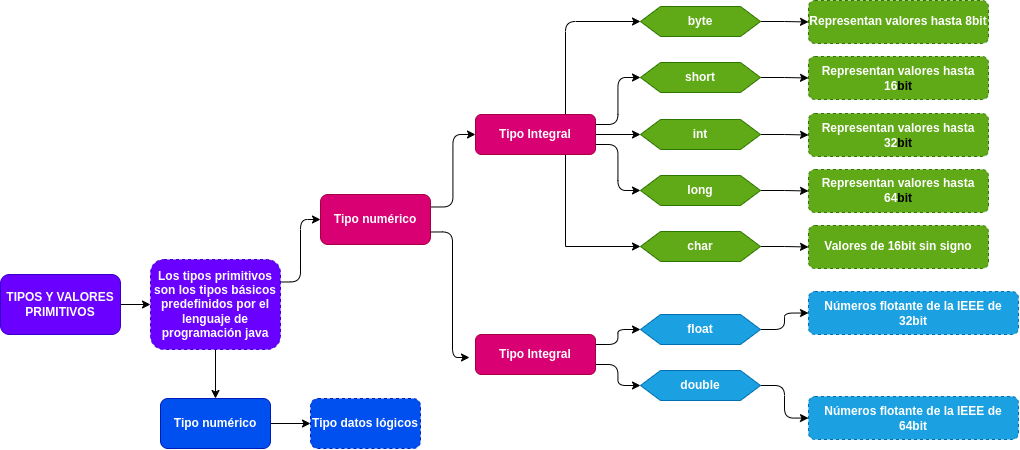
Above: Valore y tipos primitivos.png in AcruxSource/Mapas_Mentales (draw.io), before the change. Source tidied: cells renumbered, new cells last; positions are measured from the earlier drawing's top-left corner, leaving out a move shared by most shapes. The source it was exported from:
```xml
<mxGraphModel>
  <root>
    <mxCell id="0" />
    <mxCell id="1" parent="0" />
    <mxCell id="2" style="edgeStyle=orthogonalEdgeStyle;rounded=0;jettySize=auto;html=1;fontStyle=1;" parent="1" edge="1" source="3" target="6">
      <mxGeometry relative="1" as="geometry" />
    </mxCell>
    <mxCell id="3" value="TIPOS Y VALORES PRIMITIVOS" style="rounded=1;whiteSpace=wrap;html=1;fillColor=#6a00ff;fontColor=#ffffff;strokeColor=#3700CC;fontStyle=1;" parent="1" vertex="1">
      <mxGeometry y="274" width="120" height="60" as="geometry" />
    </mxCell>
    <mxCell id="4" style="edgeStyle=orthogonalEdgeStyle;rounded=0;jettySize=auto;html=1;fontStyle=1;" parent="1" edge="1" source="6" target="10">
      <mxGeometry relative="1" as="geometry" />
    </mxCell>
    <mxCell id="5" style="edgeStyle=orthogonalEdgeStyle;rounded=1;jettySize=auto;html=1;exitX=1;exitY=0.25;exitDx=0;exitDy=0;entryX=0;entryY=0.5;entryDx=0;entryDy=0;curved=0;fontStyle=1;" parent="1" edge="1" source="6" target="8">
      <mxGeometry relative="1" as="geometry" />
    </mxCell>
    <mxCell id="6" value="Los tipos primitivos son los tipos básicos predefinidos por el lenguaje de programación java" style="text;html=1;align=center;verticalAlign=middle;whiteSpace=wrap;rounded=1;dashed=1;strokeColor=#3700CC;fillColor=#6a00ff;fontColor=#ffffff;fontStyle=1;" parent="1" vertex="1">
      <mxGeometry x="150" y="259" width="130" height="90" as="geometry" />
    </mxCell>
    <mxCell id="7" style="edgeStyle=orthogonalEdgeStyle;rounded=1;jettySize=auto;html=1;exitX=1;exitY=0.25;exitDx=0;exitDy=0;entryX=0;entryY=0.5;entryDx=0;entryDy=0;curved=0;fontStyle=1;" parent="1" edge="1" source="8" target="17">
      <mxGeometry relative="1" as="geometry" />
    </mxCell>
    <mxCell id="8" value="Tipo numérico" style="rounded=1;whiteSpace=wrap;html=1;fillColor=#d80073;fontColor=#ffffff;strokeColor=#A50040;fontStyle=1;" parent="1" vertex="1">
      <mxGeometry x="320" y="194" width="110" height="50" as="geometry" />
    </mxCell>
    <mxCell id="9" style="edgeStyle=orthogonalEdgeStyle;rounded=0;jettySize=auto;html=1;fontStyle=1;" parent="1" edge="1" source="10" target="11">
      <mxGeometry relative="1" as="geometry" />
    </mxCell>
    <mxCell id="10" value="Tipo numérico" style="rounded=1;whiteSpace=wrap;html=1;fillColor=#0050ef;fontColor=#ffffff;strokeColor=#001DBC;fontStyle=1;" parent="1" vertex="1">
      <mxGeometry x="160" y="398" width="110" height="50" as="geometry" />
    </mxCell>
    <mxCell id="11" value="Tipo datos lógicos" style="text;html=1;align=center;verticalAlign=middle;whiteSpace=wrap;rounded=1;dashed=1;strokeColor=#001DBC;fillColor=#0050ef;fontColor=#ffffff;fontStyle=1;" parent="1" vertex="1">
      <mxGeometry x="310" y="398" width="110" height="50" as="geometry" />
    </mxCell>
    <mxCell id="12" style="edgeStyle=orthogonalEdgeStyle;rounded=1;jettySize=auto;html=1;exitX=0.75;exitY=0;exitDx=0;exitDy=0;entryX=0;entryY=0.5;entryDx=0;entryDy=0;curved=0;fontStyle=1;" parent="1" edge="1" source="17" target="19">
      <mxGeometry relative="1" as="geometry" />
    </mxCell>
    <mxCell id="13" style="edgeStyle=orthogonalEdgeStyle;rounded=1;jettySize=auto;html=1;exitX=1;exitY=0.25;exitDx=0;exitDy=0;entryX=0;entryY=0.5;entryDx=0;entryDy=0;curved=0;fontStyle=1;" parent="1" edge="1" source="17" target="23">
      <mxGeometry relative="1" as="geometry" />
    </mxCell>
    <mxCell id="14" style="edgeStyle=orthogonalEdgeStyle;rounded=1;jettySize=auto;html=1;exitX=1;exitY=0.5;exitDx=0;exitDy=0;entryX=0;entryY=0.5;entryDx=0;entryDy=0;curved=0;fontStyle=1;" parent="1" edge="1" source="17" target="25">
      <mxGeometry relative="1" as="geometry" />
    </mxCell>
    <mxCell id="15" style="edgeStyle=orthogonalEdgeStyle;rounded=1;jettySize=auto;html=1;exitX=1;exitY=0.75;exitDx=0;exitDy=0;entryX=0;entryY=0.5;entryDx=0;entryDy=0;curved=0;fontStyle=1;" parent="1" edge="1" source="17" target="27">
      <mxGeometry relative="1" as="geometry" />
    </mxCell>
    <mxCell id="16" style="edgeStyle=orthogonalEdgeStyle;rounded=0;jettySize=auto;html=1;exitX=0.75;exitY=1;exitDx=0;exitDy=0;entryX=0;entryY=0.5;entryDx=0;entryDy=0;fontStyle=1;" parent="1" edge="1" source="17" target="21">
      <mxGeometry relative="1" as="geometry" />
    </mxCell>
    <mxCell id="17" value="Tipo Integral" style="rounded=1;whiteSpace=wrap;html=1;fillColor=#d80073;fontColor=#ffffff;strokeColor=#A50040;fontStyle=1;" parent="1" vertex="1">
      <mxGeometry x="475" y="114" width="120" height="40" as="geometry" />
    </mxCell>
    <mxCell id="18" style="edgeStyle=orthogonalEdgeStyle;rounded=0;jettySize=auto;html=1;exitX=1;exitY=0.5;exitDx=0;exitDy=0;entryX=0;entryY=0.5;entryDx=0;entryDy=0;fontStyle=1;" parent="1" edge="1" source="19" target="36">
      <mxGeometry relative="1" as="geometry" />
    </mxCell>
    <mxCell id="19" value="byte" style="shape=hexagon;perimeter=hexagonPerimeter2;whiteSpace=wrap;html=1;fixedSize=1;fillColor=#60a917;fontColor=#ffffff;strokeColor=#2D7600;fontStyle=1;" parent="1" vertex="1">
      <mxGeometry x="640" y="6" width="120" height="30" as="geometry" />
    </mxCell>
    <mxCell id="20" style="edgeStyle=orthogonalEdgeStyle;rounded=0;jettySize=auto;html=1;exitX=1;exitY=0.5;exitDx=0;exitDy=0;entryX=0;entryY=0.5;entryDx=0;entryDy=0;fontStyle=1;" parent="1" edge="1" source="21" target="40">
      <mxGeometry relative="1" as="geometry" />
    </mxCell>
    <mxCell id="21" value="char" style="shape=hexagon;perimeter=hexagonPerimeter2;whiteSpace=wrap;html=1;fixedSize=1;fillColor=#60a917;fontColor=#ffffff;strokeColor=#2D7600;fontStyle=1;" parent="1" vertex="1">
      <mxGeometry x="640" y="231" width="120" height="30" as="geometry" />
    </mxCell>
    <mxCell id="22" style="edgeStyle=orthogonalEdgeStyle;rounded=0;jettySize=auto;html=1;exitX=1;exitY=0.5;exitDx=0;exitDy=0;entryX=0;entryY=0.5;entryDx=0;entryDy=0;fontStyle=1;" parent="1" edge="1" source="23" target="37">
      <mxGeometry relative="1" as="geometry" />
    </mxCell>
    <mxCell id="23" value="short" style="shape=hexagon;perimeter=hexagonPerimeter2;whiteSpace=wrap;html=1;fixedSize=1;fillColor=#60a917;fontColor=#ffffff;strokeColor=#2D7600;fontStyle=1;" parent="1" vertex="1">
      <mxGeometry x="640" y="62" width="120" height="30" as="geometry" />
    </mxCell>
    <mxCell id="24" style="edgeStyle=orthogonalEdgeStyle;rounded=0;jettySize=auto;html=1;exitX=1;exitY=0.5;exitDx=0;exitDy=0;entryX=0;entryY=0.5;entryDx=0;entryDy=0;fontStyle=1;" parent="1" edge="1" source="25" target="38">
      <mxGeometry relative="1" as="geometry" />
    </mxCell>
    <mxCell id="25" value="int" style="shape=hexagon;perimeter=hexagonPerimeter2;whiteSpace=wrap;html=1;fixedSize=1;fillColor=#60a917;fontColor=#ffffff;strokeColor=#2D7600;fontStyle=1;" parent="1" vertex="1">
      <mxGeometry x="640" y="119" width="120" height="30" as="geometry" />
    </mxCell>
    <mxCell id="26" style="edgeStyle=orthogonalEdgeStyle;rounded=0;jettySize=auto;html=1;exitX=1;exitY=0.5;exitDx=0;exitDy=0;entryX=0;entryY=0.5;entryDx=0;entryDy=0;fontStyle=1;" parent="1" edge="1" source="27" target="39">
      <mxGeometry relative="1" as="geometry" />
    </mxCell>
    <mxCell id="27" value="long" style="shape=hexagon;perimeter=hexagonPerimeter2;whiteSpace=wrap;html=1;fixedSize=1;fillColor=#60a917;fontColor=#ffffff;strokeColor=#2D7600;fontStyle=1;" parent="1" vertex="1">
      <mxGeometry x="640" y="175" width="120" height="30" as="geometry" />
    </mxCell>
    <mxCell id="28" style="edgeStyle=orthogonalEdgeStyle;rounded=1;jettySize=auto;html=1;exitX=1;exitY=0.25;exitDx=0;exitDy=0;entryX=0;entryY=0.5;entryDx=0;entryDy=0;curved=0;fontStyle=1;" parent="1" edge="1" source="30" target="35">
      <mxGeometry relative="1" as="geometry" />
    </mxCell>
    <mxCell id="29" style="edgeStyle=orthogonalEdgeStyle;rounded=1;jettySize=auto;html=1;exitX=1;exitY=0.75;exitDx=0;exitDy=0;entryX=0;entryY=0.5;entryDx=0;entryDy=0;curved=0;fontStyle=1;" parent="1" edge="1" source="30" target="33">
      <mxGeometry relative="1" as="geometry" />
    </mxCell>
    <mxCell id="30" value="Tipo Integral" style="rounded=1;whiteSpace=wrap;html=1;fillColor=#d80073;fontColor=#ffffff;strokeColor=#A50040;fontStyle=1;" parent="1" vertex="1">
      <mxGeometry x="475" y="334" width="120" height="40" as="geometry" />
    </mxCell>
    <mxCell id="31" style="edgeStyle=orthogonalEdgeStyle;rounded=1;jettySize=auto;html=1;exitX=1;exitY=0.75;exitDx=0;exitDy=0;entryX=-0.05;entryY=0.575;entryDx=0;entryDy=0;entryPerimeter=0;curved=0;fontStyle=1;" parent="1" edge="1" source="8" target="30">
      <mxGeometry relative="1" as="geometry">
        <Array as="points">
          <mxPoint x="452" y="232" />
          <mxPoint x="452" y="357" />
        </Array>
      </mxGeometry>
    </mxCell>
    <mxCell id="32" style="edgeStyle=orthogonalEdgeStyle;rounded=1;jettySize=auto;html=1;exitX=1;exitY=0.5;exitDx=0;exitDy=0;curved=0;fontStyle=1;" parent="1" edge="1" source="33" target="42">
      <mxGeometry relative="1" as="geometry" />
    </mxCell>
    <mxCell id="33" value="double" style="shape=hexagon;perimeter=hexagonPerimeter2;whiteSpace=wrap;html=1;fixedSize=1;fillColor=#1ba1e2;fontColor=#ffffff;strokeColor=#006EAF;fontStyle=1;" parent="1" vertex="1">
      <mxGeometry x="640" y="370" width="120" height="30" as="geometry" />
    </mxCell>
    <mxCell id="34" style="edgeStyle=orthogonalEdgeStyle;rounded=1;jettySize=auto;html=1;exitX=1;exitY=0.5;exitDx=0;exitDy=0;entryX=0;entryY=0.5;entryDx=0;entryDy=0;curved=0;fontStyle=1;" parent="1" edge="1" source="35" target="41">
      <mxGeometry relative="1" as="geometry" />
    </mxCell>
    <mxCell id="35" value="float" style="shape=hexagon;perimeter=hexagonPerimeter2;whiteSpace=wrap;html=1;fixedSize=1;fillColor=#1ba1e2;fontColor=#ffffff;strokeColor=#006EAF;fontStyle=1;" parent="1" vertex="1">
      <mxGeometry x="640" y="314" width="120" height="30" as="geometry" />
    </mxCell>
    <mxCell id="36" value="Representan valores hasta 8bit" style="text;html=1;align=center;verticalAlign=middle;whiteSpace=wrap;rounded=1;dashed=1;strokeColor=#2D7600;fillColor=#60a917;fontColor=#ffffff;fontStyle=1;" parent="1" vertex="1">
      <mxGeometry x="808" width="180" height="43" as="geometry" />
    </mxCell>
    <mxCell id="37" value="Representan valores hasta 16&lt;span style=&quot;background-color: initial; color: rgb(0, 0, 0); --darkreader-inline-bgcolor: initial; --darkreader-inline-color: #e8e6e3;&quot;&gt;bit&lt;/span&gt;" style="text;html=1;align=center;verticalAlign=middle;whiteSpace=wrap;rounded=1;dashed=1;strokeColor=#2D7600;fillColor=#60a917;fontColor=#ffffff;fontStyle=1;" parent="1" vertex="1">
      <mxGeometry x="808" y="56" width="180" height="43" as="geometry" />
    </mxCell>
    <mxCell id="38" value="Representan valores hasta 32&lt;span style=&quot;background-color: initial; color: rgb(0, 0, 0); --darkreader-inline-bgcolor: initial; --darkreader-inline-color: #e8e6e3;&quot;&gt;&lt;span style=&quot;font-family: monospace; font-size: 0px; text-align: start; text-wrap: nowrap;&quot;&gt;%3CmxGraphModel%3E%3Croot%3E%3CmxCell%20id%3D%220%22%2F%3E%3CmxCell%20id%3D%221%22%20parent%3D%220%22%2F%3E%3CmxCell%20id%3D%222%22%20value%3D%22Representan%20valores%20hasta%2016%26lt%3Bspan%20data-darkreader-inline-color%3D%26quot%3B%26quot%3B%20data-darkreader-inline-bgcolor%3D%26quot%3B%26quot%3B%20style%3D%26quot%3Bbackground-color%3A%20initial%3B%20color%3A%20rgb(0%2C%200%2C%200)%3B%20--darkreader-inline-bgcolor%3A%20initial%3B%20--darkreader-inline-color%3A%20%23e8e6e3%3B%26quot%3B%26gt%3Bbit%26lt%3B%2Fspan%26gt%3B%22%20style%3D%22text%3Bhtml%3D1%3Balign%3Dcenter%3BverticalAlign%3Dmiddle%3BwhiteSpace%3Dwrap%3Brounded%3D0%3Bdashed%3D1%3BstrokeColor%3Ddefault%3B%22%20vertex%3D%221%22%20parent%3D%221%22%3E%3CmxGeometry%20x%3D%22840%22%20y%3D%2269.5%22%20width%3D%22180%22%20height%3D%2243%22%20as%3D%22geometry%22%2F%3E%3C%2FmxCell%3E%3C%2Froot%3E%3C%2FmxGraphModel%3E&lt;/span&gt;bit&lt;/span&gt;" style="text;html=1;align=center;verticalAlign=middle;whiteSpace=wrap;rounded=1;dashed=1;strokeColor=#2D7600;fillColor=#60a917;fontColor=#ffffff;fontStyle=1;" parent="1" vertex="1">
      <mxGeometry x="808" y="113" width="180" height="43" as="geometry" />
    </mxCell>
    <mxCell id="39" value="Representan valores hasta 64&lt;span style=&quot;background-color: initial; color: rgb(0, 0, 0); --darkreader-inline-bgcolor: initial; --darkreader-inline-color: #e8e6e3;&quot;&gt;&lt;span style=&quot;font-family: monospace; font-size: 0px; text-align: start; text-wrap: nowrap;&quot;&gt;3CmxGraphModel%3E%3Croot%3E%3CmxCell%20id%3D%220%22%2F%3E%3CmxCell%20id%3D%221%22%20parent%3D%220%22%2F%3E%3CmxCell%20id%3D%222%22%20value%3D%22Representan%20valores%20hasta%2016%26lt%3Bspan%20data-darkreader-inline-color%3D%26quot%3B%26quot%3B%20data-darkreader-inline-bgcolor%3D%26quot%3B%26quot%3B%20style%3D%26quot%3Bbackground-color%3A%20initial%3B%20color%3A%20rgb(0%2C%200%2C%200)%3B%20--darkreader-inline-bgcolor%3A%20initial%3B%20--darkreader-inline-color%3A%20%23e8e6e3%3B%26quot%3B%26gt%3Bbit%26lt%3B%2Fspan%26gt%3B%22%20style%3D%22text%3Bhtml%3D1%3Balign%3Dcenter%3BverticalAlign%3Dmiddle%3BwhiteSpace%3Dwrap%3Brounded%3D0%3Bdashed%3D1%3BstrokeColor%3Ddefault%3B%22%20vertex%3D%221%22%20parent%3D%221%22%3E%3CmxGeometry%20x%3D%22840%22%20y%3D%2269.5%22%20width%3D%22180%22%20height%3D%2243%22%20as%3D%22geometry%22%2F%3E%3C%2FmxCell%3E%3C%2Froot%3E%3C%2FmxGraphModel%3E&lt;/span&gt;bit&lt;/span&gt;" style="text;html=1;align=center;verticalAlign=middle;whiteSpace=wrap;rounded=1;dashed=1;strokeColor=#2D7600;fillColor=#60a917;fontColor=#ffffff;fontStyle=1;" parent="1" vertex="1">
      <mxGeometry x="808" y="169" width="180" height="43" as="geometry" />
    </mxCell>
    <mxCell id="40" value="Valores de 16bit sin signo" style="text;html=1;align=center;verticalAlign=middle;whiteSpace=wrap;rounded=1;dashed=1;strokeColor=#2D7600;fillColor=#60a917;fontColor=#ffffff;fontStyle=1;" parent="1" vertex="1">
      <mxGeometry x="808" y="225" width="180" height="43" as="geometry" />
    </mxCell>
    <mxCell id="41" value="Números flotante de la IEEE de 32bit" style="text;html=1;align=center;verticalAlign=middle;whiteSpace=wrap;rounded=1;dashed=1;strokeColor=#006EAF;fillColor=#1ba1e2;fontColor=#ffffff;fontStyle=1;" parent="1" vertex="1">
      <mxGeometry x="808" y="291" width="210" height="43" as="geometry" />
    </mxCell>
    <mxCell id="42" value="Números flotante de la IEEE de 64bit" style="text;html=1;align=center;verticalAlign=middle;whiteSpace=wrap;rounded=1;dashed=1;strokeColor=#006EAF;fillColor=#1ba1e2;fontColor=#ffffff;fontStyle=1;" parent="1" vertex="1">
      <mxGeometry x="808" y="396" width="210" height="43" as="geometry" />
    </mxCell>
  </root>
</mxGraphModel>
```
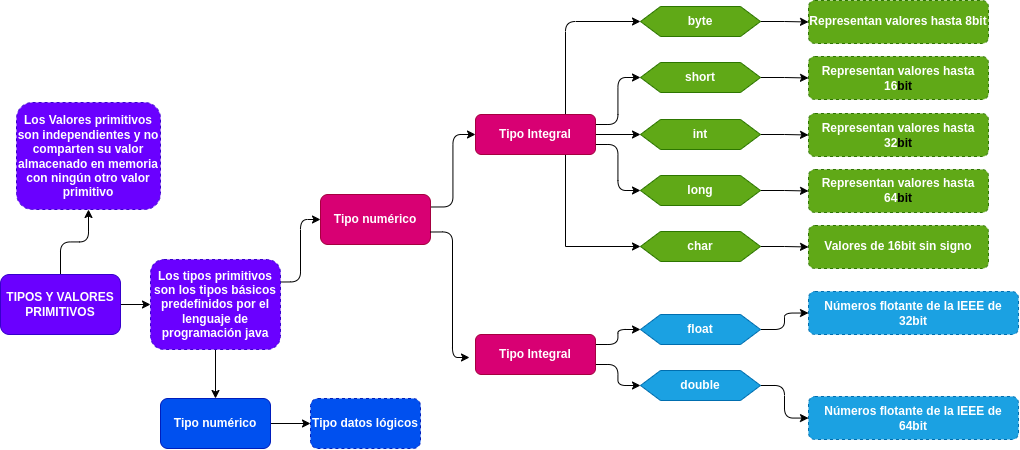
The same diagram one commit later.

The edit, as a diff of the source:
```diff
@@ -5,6 +5,9 @@
     <mxCell id="2" style="edgeStyle=orthogonalEdgeStyle;rounded=0;jettySize=auto;html=1;fontStyle=1;" parent="1" edge="1" source="3" target="6">
       <mxGeometry relative="1" as="geometry" />
     </mxCell>
+    <mxCell id="43" style="edgeStyle=orthogonalEdgeStyle;rounded=1;jettySize=auto;html=1;curved=0;" parent="1" edge="1" source="3" target="44">
+      <mxGeometry relative="1" as="geometry" />
+    </mxCell>
     <mxCell id="3" value="TIPOS Y VALORES PRIMITIVOS" style="rounded=1;whiteSpace=wrap;html=1;fillColor=#6a00ff;fontColor=#ffffff;strokeColor=#3700CC;fontStyle=1;" parent="1" vertex="1">
       <mxGeometry y="274" width="120" height="60" as="geometry" />
     </mxCell>
@@ -130,5 +133,8 @@
     <mxCell id="42" value="Números flotante de la IEEE de 64bit" style="text;html=1;align=center;verticalAlign=middle;whiteSpace=wrap;rounded=1;dashed=1;strokeColor=#006EAF;fillColor=#1ba1e2;fontColor=#ffffff;fontStyle=1;" parent="1" vertex="1">
       <mxGeometry x="808" y="396" width="210" height="43" as="geometry" />
     </mxCell>
+    <mxCell id="44" value="Los Valores primitivos son independientes y no comparten su valor almacenado en memoria con ningún otro valor primitivo" style="text;html=1;align=center;verticalAlign=middle;whiteSpace=wrap;rounded=1;dashed=1;strokeColor=#3700CC;fillColor=#6a00ff;fontColor=#ffffff;fontStyle=1;" parent="1" vertex="1">
+      <mxGeometry x="16" y="102" width="144" height="107" as="geometry" />
+    </mxCell>
   </root>
 </mxGraphModel>
```
